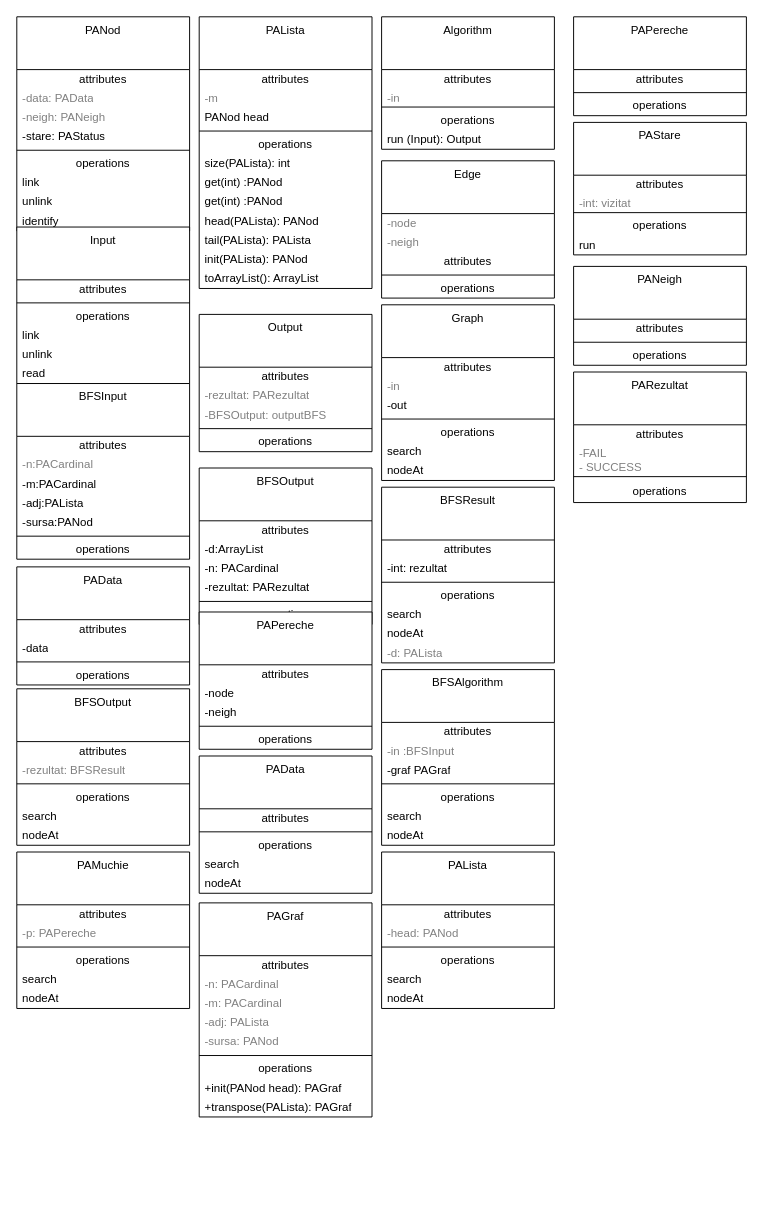
Before: C.drawio in Cristof17/PALibrary, a draw.io diagram. Source tidied: cells renumbered, new cells numbered last; positions are measured from the earlier drawing's top-left corner, leaving out a move shared by most shapes. Both pictures are drawn from the tidied source at 96%, with x=0, y=0 at pixel (16, 16).
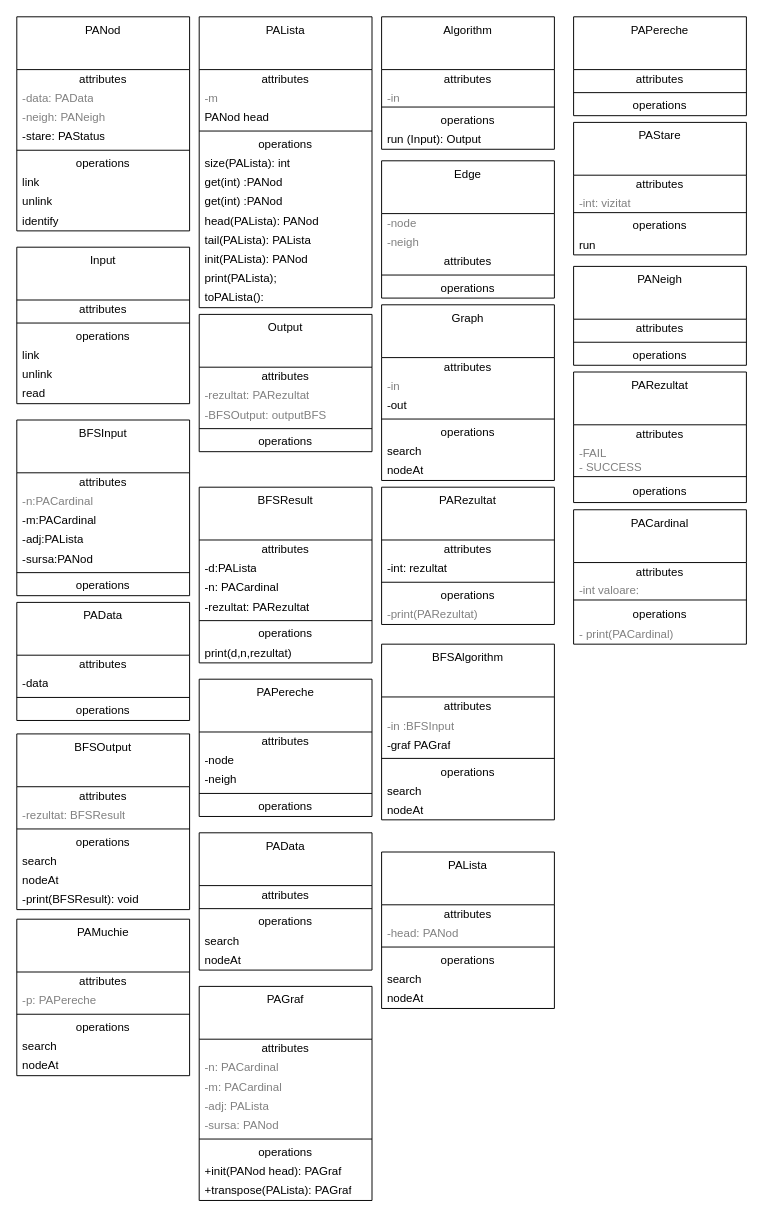
After the change.

Commit message (it also covers changes not shown here):
declared print methods for PALista PARezultat and BFSResult

The edit, as a diff of the source:
```diff
@@
     <mxCell id="12" value="PALista" style="swimlane;fontStyle=0;align=center;verticalAlign=top;horizontal=1;startSize=55;html=1;whiteSpace=wrap;" parent="1" vertex="1">
-      <mxGeometry x="190" width="180" height="283" as="geometry" />
+      <mxGeometry x="190" width="180" height="303" as="geometry" />
     </mxCell>
@@
-    <mxCell id="24" value="toArrayList(): ArrayList" style="text;html=1;strokeColor=none;fillColor=none;align=left;verticalAlign=middle;spacingLeft=4;spacingRight=4;overflow=hidden;whiteSpace=wrap;" parent="12" vertex="1">
+    <mxCell id="24" value="print(PALista);" style="text;html=1;strokeColor=none;fillColor=none;align=left;verticalAlign=middle;spacingLeft=4;spacingRight=4;overflow=hidden;whiteSpace=wrap;" parent="12" vertex="1">
       <mxGeometry y="263" width="180" height="20" as="geometry" />
     </mxCell>
+    <mxCell id="157" value="toPALista():&amp;nbsp;" style="text;html=1;strokeColor=none;fillColor=none;align=left;verticalAlign=middle;spacingLeft=4;spacingRight=4;overflow=hidden;whiteSpace=wrap;" parent="12" vertex="1">
+      <mxGeometry y="283" width="180" height="20" as="geometry" />
+    </mxCell>
@@
     <mxCell id="31" value="Input" style="swimlane;fontStyle=0;align=center;verticalAlign=top;horizontal=1;startSize=55;html=1;whiteSpace=wrap;" parent="1" vertex="1">
-      <mxGeometry y="219" width="180" height="163" as="geometry" />
+      <mxGeometry y="240" width="180" height="163" as="geometry" />
     </mxCell>
@@
     <mxCell id="50" value="BFSInput" style="swimlane;fontStyle=0;align=center;verticalAlign=top;horizontal=1;startSize=55;html=1;whiteSpace=wrap;" parent="1" vertex="1">
-      <mxGeometry y="382" width="180" height="183" as="geometry" />
+      <mxGeometry y="420" width="180" height="183" as="geometry" />
     </mxCell>
@@
-    <mxCell id="58" value="BFSOutput" style="swimlane;fontStyle=0;align=center;verticalAlign=top;horizontal=1;startSize=55;html=1;whiteSpace=wrap;" parent="1" vertex="1">
-      <mxGeometry x="190" y="470" width="180" height="163" as="geometry" />
+    <mxCell id="58" value="BFSResult" style="swimlane;fontStyle=0;align=center;verticalAlign=top;horizontal=1;startSize=55;html=1;whiteSpace=wrap;" parent="1" vertex="1">
+      <mxGeometry x="190" y="490" width="180" height="183" as="geometry" />
     </mxCell>
@@
-    <mxCell id="60" value="-d:ArrayList" style="text;html=1;strokeColor=none;fillColor=none;align=left;verticalAlign=middle;spacingLeft=4;spacingRight=4;overflow=hidden;whiteSpace=wrap;" parent="58" vertex="1">
+    <mxCell id="60" value="-d:PALista" style="text;html=1;strokeColor=none;fillColor=none;align=left;verticalAlign=middle;spacingLeft=4;spacingRight=4;overflow=hidden;whiteSpace=wrap;" parent="58" vertex="1">
       <mxGeometry y="75" width="180" height="20" as="geometry" />
     </mxCell>
@@
+    <mxCell id="158" value="print(d,n,rezultat)" style="text;html=1;strokeColor=none;fillColor=none;align=left;verticalAlign=middle;spacingLeft=4;spacingRight=4;overflow=hidden;whiteSpace=wrap;" parent="58" vertex="1">
+      <mxGeometry y="163" width="180" height="20" as="geometry" />
+    </mxCell>
@@
     <mxCell id="73" value="PAData" style="swimlane;fontStyle=0;align=center;verticalAlign=top;horizontal=1;startSize=55;html=1;whiteSpace=wrap;" parent="1" vertex="1">
-      <mxGeometry y="573" width="180" height="123" as="geometry" />
+      <mxGeometry y="610" width="180" height="123" as="geometry" />
     </mxCell>
@@
-    <mxCell id="78" value="PAPereche" style="swimlane;fontStyle=0;align=center;verticalAlign=top;horizontal=1;startSize=55;html=1;whiteSpace=wrap;" parent="1" vertex="1">
-      <mxGeometry x="190" y="620" width="180" height="143" as="geometry" />
-    </mxCell>
-    <mxCell id="79" value="attributes" style="text;html=1;strokeColor=none;fillColor=none;align=center;verticalAlign=middle;spacingLeft=4;spacingRight=4;overflow=hidden;whiteSpace=wrap;" parent="78" vertex="1">
-      <mxGeometry y="55" width="180" height="20" as="geometry" />
-    </mxCell>
-    <mxCell id="80" value="-node" style="text;html=1;strokeColor=none;fillColor=none;align=left;verticalAlign=middle;spacingLeft=4;spacingRight=4;overflow=hidden;whiteSpace=wrap;" parent="78" vertex="1">
-      <mxGeometry y="75" width="180" height="20" as="geometry" />
-    </mxCell>
-    <mxCell id="81" value="-neigh" style="text;html=1;strokeColor=none;fillColor=none;align=left;verticalAlign=middle;spacingLeft=4;spacingRight=4;overflow=hidden;whiteSpace=wrap;" parent="78" vertex="1">
-      <mxGeometry y="95" width="180" height="20" as="geometry" />
-    </mxCell>
-    <mxCell id="82" style="line;strokeWidth=1;fillColor=none;align=left;verticalAlign=middle;spacingTop=-1;spacingLeft=3;spacingRight=3;labelPosition=right;" parent="78" vertex="1">
-      <mxGeometry y="115" width="180" height="8" as="geometry" />
-    </mxCell>
-    <mxCell id="83" value="operations" style="text;html=1;strokeColor=none;fillColor=none;align=center;verticalAlign=middle;spacingLeft=4;spacingRight=4;overflow=hidden;whiteSpace=wrap;" parent="78" vertex="1">
-      <mxGeometry y="123" width="180" height="20" as="geometry" />
-    </mxCell>
-    <mxCell id="84" value="BFSResult" style="swimlane;fontStyle=0;align=center;verticalAlign=top;horizontal=1;startSize=55;html=1;whiteSpace=wrap;" parent="1" vertex="1">
-      <mxGeometry x="380" y="490" width="180" height="183" as="geometry" />
+    <mxCell id="84" value="PARezultat" style="swimlane;fontStyle=0;align=center;verticalAlign=top;horizontal=1;startSize=55;html=1;whiteSpace=wrap;" parent="1" vertex="1">
+      <mxGeometry x="380" y="490" width="180" height="143" as="geometry" />
     </mxCell>
@@
-    <mxCell id="89" value="search" style="text;html=1;strokeColor=none;fillColor=none;align=left;verticalAlign=middle;spacingLeft=4;spacingRight=4;overflow=hidden;whiteSpace=wrap;" parent="84" vertex="1">
-      <mxGeometry y="123" width="180" height="20" as="geometry" />
-    </mxCell>
-    <mxCell id="90" value="nodeAt" style="text;html=1;strokeColor=none;fillColor=none;align=left;verticalAlign=middle;spacingLeft=4;spacingRight=4;overflow=hidden;whiteSpace=wrap;" parent="84" vertex="1">
-      <mxGeometry y="143" width="180" height="20" as="geometry" />
-    </mxCell>
-    <mxCell id="91" value="-d: PALista" style="text;html=1;strokeColor=none;fillColor=none;align=left;verticalAlign=middle;spacingLeft=4;spacingRight=4;overflow=hidden;fontColor=#808080;whiteSpace=wrap;" parent="84" vertex="1">
-      <mxGeometry y="163" width="180" height="20" as="geometry" />
+    <mxCell id="91" value="-print(PARezultat)" style="text;html=1;strokeColor=none;fillColor=none;align=left;verticalAlign=middle;spacingLeft=4;spacingRight=4;overflow=hidden;fontColor=#808080;whiteSpace=wrap;" parent="84" vertex="1">
+      <mxGeometry y="123" width="180" height="20" as="geometry" />
     </mxCell>
     <mxCell id="92" value="BFSAlgorithm" style="swimlane;fontStyle=0;align=center;verticalAlign=top;horizontal=1;startSize=55;html=1;whiteSpace=wrap;" parent="1" vertex="1">
-      <mxGeometry x="380" y="680" width="180" height="183" as="geometry" />
+      <mxGeometry x="380" y="653.5" width="180" height="183" as="geometry" />
     </mxCell>
@@
     <mxCell id="100" value="BFSOutput" style="swimlane;fontStyle=0;align=center;verticalAlign=top;horizontal=1;startSize=55;html=1;whiteSpace=wrap;" parent="1" vertex="1">
-      <mxGeometry y="700" width="180" height="163" as="geometry" />
+      <mxGeometry y="747" width="180" height="183" as="geometry" />
     </mxCell>
@@
+    <mxCell id="90" value="nodeAt" style="text;html=1;strokeColor=none;fillColor=none;align=left;verticalAlign=middle;spacingLeft=4;spacingRight=4;overflow=hidden;whiteSpace=wrap;" parent="100" vertex="1">
+      <mxGeometry y="143" width="180" height="20" as="geometry" />
+    </mxCell>
-    <mxCell id="106" value="nodeAt" style="text;html=1;strokeColor=none;fillColor=none;align=left;verticalAlign=middle;spacingLeft=4;spacingRight=4;overflow=hidden;whiteSpace=wrap;" parent="100" vertex="1">
-      <mxGeometry y="143" width="180" height="20" as="geometry" />
+    <mxCell id="106" value="-print(BFSResult): void" style="text;html=1;strokeColor=none;fillColor=none;align=left;verticalAlign=middle;spacingLeft=4;spacingRight=4;overflow=hidden;whiteSpace=wrap;" parent="100" vertex="1">
+      <mxGeometry y="163" width="180" height="20" as="geometry" />
     </mxCell>
     <mxCell id="107" value="PAData" style="swimlane;fontStyle=0;align=center;verticalAlign=top;horizontal=1;startSize=55;html=1;whiteSpace=wrap;" parent="1" vertex="1">
-      <mxGeometry x="190" y="770" width="180" height="143" as="geometry" />
+      <mxGeometry x="190" y="850" width="180" height="143" as="geometry" />
     </mxCell>
@@
     <mxCell id="113" value="PAGraf" style="swimlane;fontStyle=0;align=center;verticalAlign=top;horizontal=1;startSize=55;html=1;whiteSpace=wrap;" parent="1" vertex="1">
-      <mxGeometry x="190" y="923" width="180" height="223" as="geometry" />
+      <mxGeometry x="190" y="1010" width="180" height="223" as="geometry" />
     </mxCell>
@@
     <mxCell id="130" value="PAMuchie" style="swimlane;fontStyle=0;align=center;verticalAlign=top;horizontal=1;startSize=55;html=1;whiteSpace=wrap;" parent="1" vertex="1">
-      <mxGeometry y="870" width="180" height="163" as="geometry" />
+      <mxGeometry y="940" width="180" height="163" as="geometry" />
     </mxCell>
@@
+    <mxCell id="78" value="PAPereche" style="swimlane;fontStyle=0;align=center;verticalAlign=top;horizontal=1;startSize=55;html=1;whiteSpace=wrap;" parent="1" vertex="1">
+      <mxGeometry x="190" y="690" width="180" height="143" as="geometry" />
+    </mxCell>
+    <mxCell id="79" value="attributes" style="text;html=1;strokeColor=none;fillColor=none;align=center;verticalAlign=middle;spacingLeft=4;spacingRight=4;overflow=hidden;whiteSpace=wrap;" parent="78" vertex="1">
+      <mxGeometry y="55" width="180" height="20" as="geometry" />
+    </mxCell>
+    <mxCell id="80" value="-node" style="text;html=1;strokeColor=none;fillColor=none;align=left;verticalAlign=middle;spacingLeft=4;spacingRight=4;overflow=hidden;whiteSpace=wrap;" parent="78" vertex="1">
+      <mxGeometry y="75" width="180" height="20" as="geometry" />
+    </mxCell>
+    <mxCell id="81" value="-neigh" style="text;html=1;strokeColor=none;fillColor=none;align=left;verticalAlign=middle;spacingLeft=4;spacingRight=4;overflow=hidden;whiteSpace=wrap;" parent="78" vertex="1">
+      <mxGeometry y="95" width="180" height="20" as="geometry" />
+    </mxCell>
+    <mxCell id="82" style="line;strokeWidth=1;fillColor=none;align=left;verticalAlign=middle;spacingTop=-1;spacingLeft=3;spacingRight=3;labelPosition=right;" parent="78" vertex="1">
+      <mxGeometry y="115" width="180" height="8" as="geometry" />
+    </mxCell>
+    <mxCell id="83" value="operations" style="text;html=1;strokeColor=none;fillColor=none;align=center;verticalAlign=middle;spacingLeft=4;spacingRight=4;overflow=hidden;whiteSpace=wrap;" parent="78" vertex="1">
+      <mxGeometry y="123" width="180" height="20" as="geometry" />
+    </mxCell>
+    <mxCell id="159" value="PACardinal" style="swimlane;fontStyle=0;align=center;verticalAlign=top;horizontal=1;startSize=55;html=1;whiteSpace=wrap;" parent="1" vertex="1">
+      <mxGeometry x="580" y="513.5" width="180" height="140" as="geometry" />
+    </mxCell>
+    <mxCell id="160" value="attributes" style="text;html=1;strokeColor=none;fillColor=none;align=center;verticalAlign=middle;spacingLeft=4;spacingRight=4;overflow=hidden;whiteSpace=wrap;" parent="159" vertex="1">
+      <mxGeometry y="55" width="180" height="20" as="geometry" />
+    </mxCell>
+    <mxCell id="161" value="-int valoare;" style="text;html=1;strokeColor=none;fillColor=none;align=left;verticalAlign=middle;spacingLeft=4;spacingRight=4;overflow=hidden;fontColor=#808080;whiteSpace=wrap;" parent="159" vertex="1">
+      <mxGeometry y="75" width="180" height="15" as="geometry" />
+    </mxCell>
+    <mxCell id="162" style="line;strokeWidth=1;fillColor=none;align=left;verticalAlign=middle;spacingTop=-1;spacingLeft=3;spacingRight=3;labelPosition=right;" parent="159" vertex="1">
+      <mxGeometry y="90" width="180" height="8" as="geometry" />
+    </mxCell>
+    <mxCell id="163" value="operations" style="text;html=1;strokeColor=none;fillColor=none;align=center;verticalAlign=middle;spacingLeft=4;spacingRight=4;overflow=hidden;whiteSpace=wrap;" parent="159" vertex="1">
+      <mxGeometry y="98" width="180" height="23" as="geometry" />
+    </mxCell>
+    <mxCell id="164" value="- print(PACardinal)" style="text;html=1;strokeColor=none;fillColor=none;align=left;verticalAlign=middle;spacingLeft=4;spacingRight=4;overflow=hidden;fontColor=#808080;whiteSpace=wrap;" parent="159" vertex="1">
+      <mxGeometry y="121" width="180" height="19" as="geometry" />
+    </mxCell>
```
